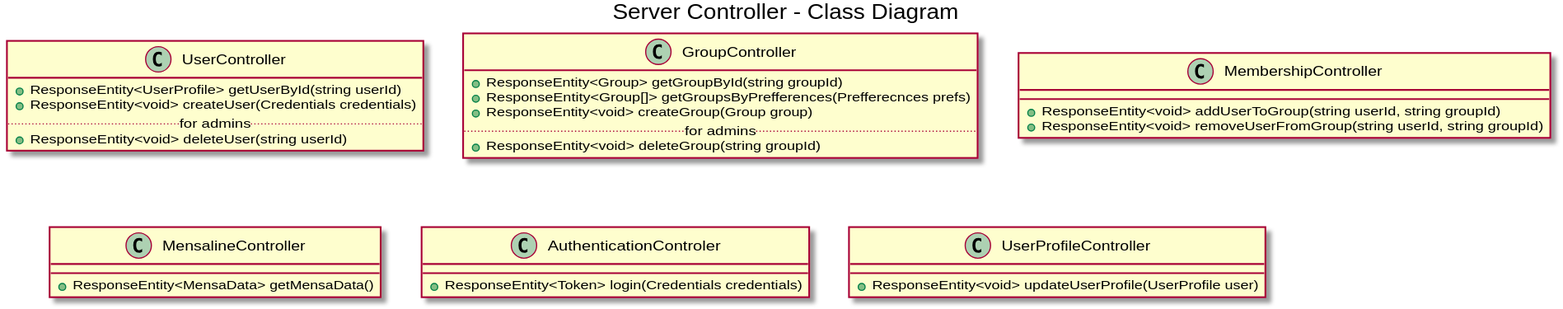
The PlantUML diagram 2 Entwurf/Klassendiagramme/serverViewCD.svg in itzMatze/PSE-Team02, before a commit. Source of this version:
```plantuml
@startuml
title Server Controller - Class Diagram

class UserController {
  +ResponseEntity<UserProfile> getUserById(string userId)
  +ResponseEntity<void> createUser(Credentials credentials)
  ..for admins..
  +ResponseEntity<void> deleteUser(string userId)
}

class GroupController {
  +ResponseEntity<Group> getGroupById(string groupId)
  +ResponseEntity<Group[]> getGroupsByPrefferences(Prefferecnces prefs)
  +ResponseEntity<void> createGroup(Group group)
  ..for admins..
  +ResponseEntity<void> deleteGroup(string groupId)
}

class MembershipController {
  +ResponseEntity<void> addUserToGroup(string userId, string groupId)
  +ResponseEntity<void> removeUserFromGroup(string userId, string groupId)
}

class MensalineController {
  +ResponseEntity<MensaData> getMensaData()
}

class AuthenticationControler {
  +ResponseEntity<Token> login(Credentials credentials)
}

class UserProfileController {
  +ResponseEntity<void> updateUserProfile(UserProfile user)
}
@enduml
```
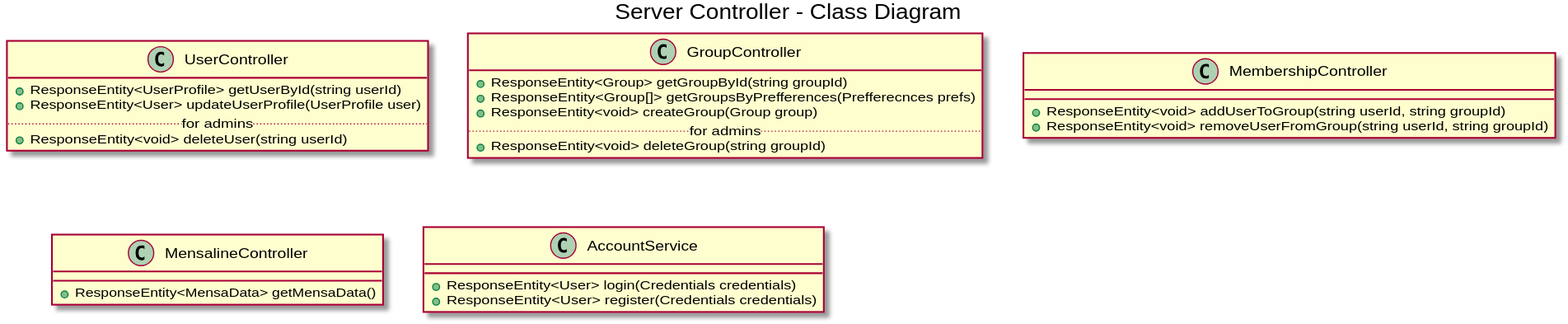
After the commit.

Commit message:
Updated server ciew class diagramm.

The edit, as a diff of the source:
```diff
@@ -3,7 +3,7 @@
 
 class UserController {
   +ResponseEntity<UserProfile> getUserById(string userId)
-  +ResponseEntity<void> createUser(Credentials credentials)
+  +ResponseEntity<User> updateUserProfile(UserProfile user)
   ..for admins..
   +ResponseEntity<void> deleteUser(string userId)
 }
@@ -25,11 +25,8 @@
   +ResponseEntity<MensaData> getMensaData()
 }
 
-class AuthenticationControler {
-  +ResponseEntity<Token> login(Credentials credentials)
-}
-
-class UserProfileController {
-  +ResponseEntity<void> updateUserProfile(UserProfile user)
+class AccountService {
+  +ResponseEntity<User> login(Credentials credentials)
+  +ResponseEntity<User> register(Credentials credentials)
 }
 @enduml
```
